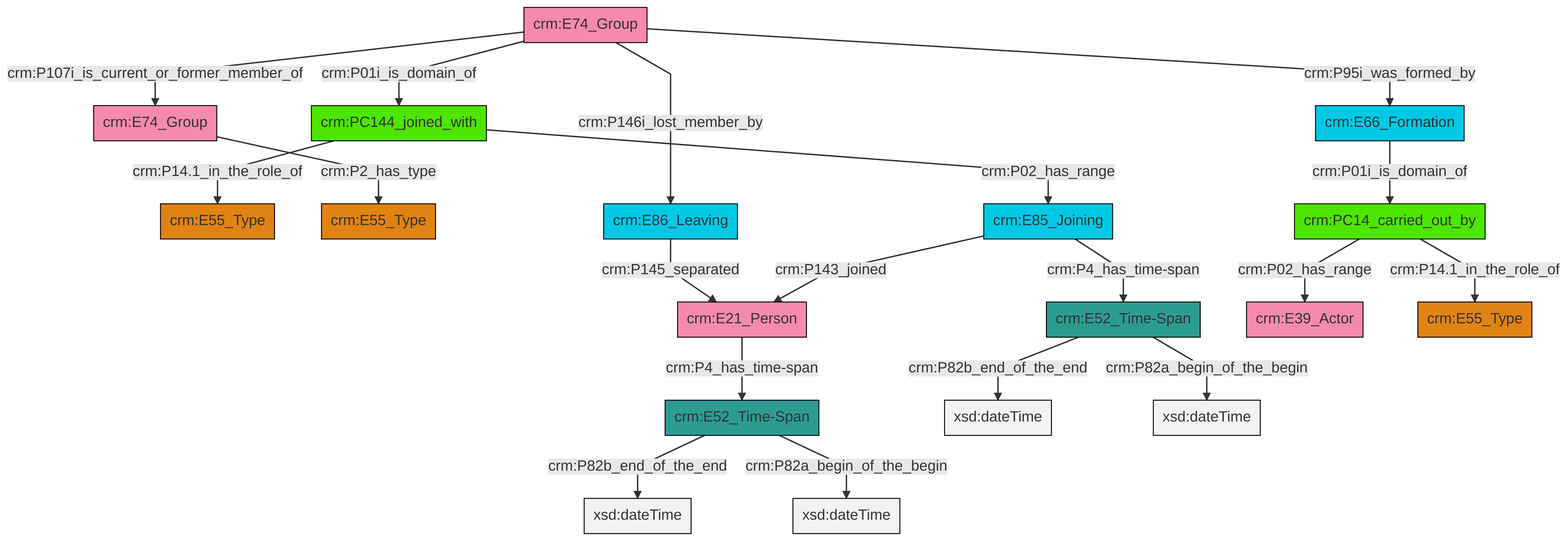
This is et/groupCSV/ttl/mmd/png/group_actor_relations.png from swiss-art-research-net/docs.swissartresearch, a Mermaid export, as it was before one commit. Its source is kept beside it as et/groupCSV/ttl/mmd/group_actor_relations.ttl.mmd. The source it was exported from:
```mermaid
graph TD
classDef Literal fill:#f2f2f2,stroke:#000000;
classDef CRM_Entity fill:#FFFFFF,stroke:#000000;
classDef Temporal_Entity fill:#00C9E6, stroke:#000000;
classDef Type fill:#E18312, stroke:#000000;
classDef Time-Span fill:#2C9C91, stroke:#000000;
classDef Appellation fill:#FFEB7F, stroke:#000000;
classDef Place fill:#008836, stroke:#000000;
classDef Persistent_Item fill:#B266B2, stroke:#000000;
classDef Conceptual_Object fill:#FFD700, stroke:#000000;
classDef Physical_Thing fill:#D2B48C, stroke:#000000;
classDef Actor fill:#f58aad, stroke:#000000;
classDef PC_Classes fill:#4ce600, stroke:#000000;
classDef Multi fill:#cccccc,stroke:#000000;

0["crm:E52_Time-Span"]:::Time-Span -->|crm:P82b_end_of_the_end| 1[xsd:dateTime]:::Literal
4["crm:E74_Group"]:::Actor -->|crm:P2_has_type| 5["crm:E55_Type"]:::Type
6["crm:PC144_joined_with"]:::PC_Classes -->|crm:P14.1_in_the_role_of| 2["crm:E55_Type"]:::Type
15["crm:E85_Joining"]:::Temporal_Entity -->|crm:P4_has_time-span| 13["crm:E52_Time-Span"]:::Time-Span
16["crm:E74_Group"]:::Actor -->|crm:P01i_is_domain_of| 6["crm:PC144_joined_with"]:::PC_Classes
16["crm:E74_Group"]:::Actor -->|crm:P107i_is_current_or_former_member_of| 4["crm:E74_Group"]:::Actor
19["crm:E86_Leaving"]:::Temporal_Entity -->|crm:P145_separated| 7["crm:E21_Person"]:::Actor
20["crm:PC14_carried_out_by"]:::PC_Classes -->|crm:P02_has_range| 21["crm:E39_Actor"]:::Actor
0["crm:E52_Time-Span"]:::Time-Span -->|crm:P82a_begin_of_the_begin| 22[xsd:dateTime]:::Literal
16["crm:E74_Group"]:::Actor -->|crm:P95i_was_formed_by| 9["crm:E66_Formation"]:::Temporal_Entity
20["crm:PC14_carried_out_by"]:::PC_Classes -->|crm:P14.1_in_the_role_of| 24["crm:E55_Type"]:::Type
6["crm:PC144_joined_with"]:::PC_Classes -->|crm:P02_has_range| 15["crm:E85_Joining"]:::Temporal_Entity
13["crm:E52_Time-Span"]:::Time-Span -->|crm:P82b_end_of_the_end| 25[xsd:dateTime]:::Literal
7["crm:E21_Person"]:::Actor -->|crm:P4_has_time-span| 0["crm:E52_Time-Span"]:::Time-Span
15["crm:E85_Joining"]:::Temporal_Entity -->|crm:P143_joined| 7["crm:E21_Person"]:::Actor
9["crm:E66_Formation"]:::Temporal_Entity -->|crm:P01i_is_domain_of| 20["crm:PC14_carried_out_by"]:::PC_Classes
16["crm:E74_Group"]:::Actor -->|crm:P146i_lost_member_by| 19["crm:E86_Leaving"]:::Temporal_Entity
13["crm:E52_Time-Span"]:::Time-Span -->|crm:P82a_begin_of_the_begin| 33[xsd:dateTime]:::Literal
```
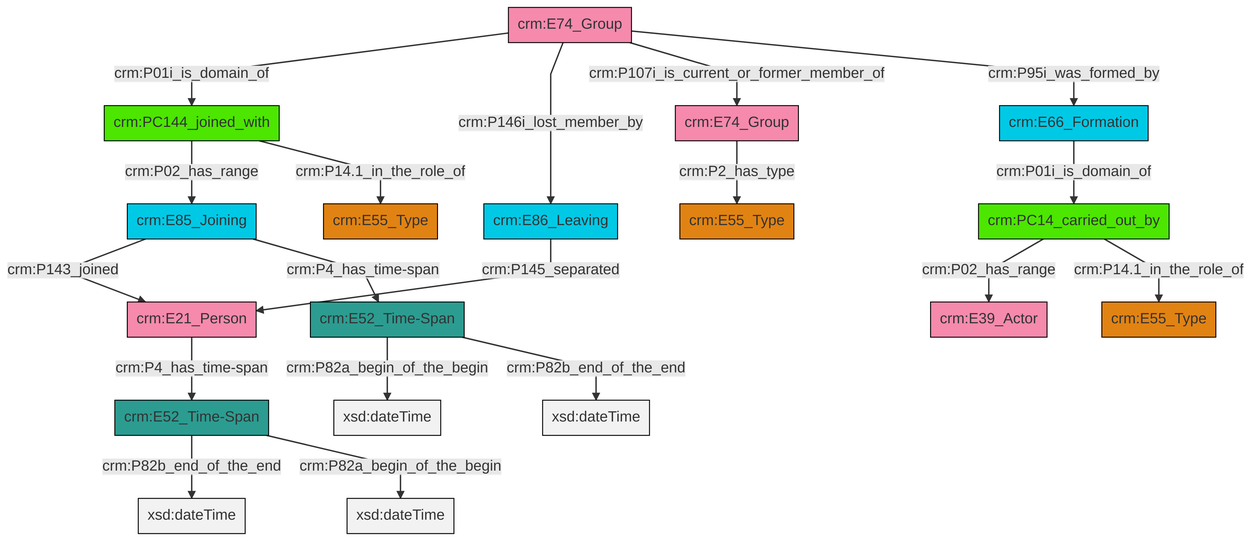
Above is the later version.

Change to the diagram source:
```diff
@@ -13,21 +13,21 @@
 classDef PC_Classes fill:#4ce600, stroke:#000000;
 classDef Multi fill:#cccccc,stroke:#000000;
 
-0["crm:E52_Time-Span"]:::Time-Span -->|crm:P82b_end_of_the_end| 1[xsd:dateTime]:::Literal
-4["crm:E74_Group"]:::Actor -->|crm:P2_has_type| 5["crm:E55_Type"]:::Type
-6["crm:PC144_joined_with"]:::PC_Classes -->|crm:P14.1_in_the_role_of| 2["crm:E55_Type"]:::Type
-15["crm:E85_Joining"]:::Temporal_Entity -->|crm:P4_has_time-span| 13["crm:E52_Time-Span"]:::Time-Span
-16["crm:E74_Group"]:::Actor -->|crm:P01i_is_domain_of| 6["crm:PC144_joined_with"]:::PC_Classes
-16["crm:E74_Group"]:::Actor -->|crm:P107i_is_current_or_former_member_of| 4["crm:E74_Group"]:::Actor
-19["crm:E86_Leaving"]:::Temporal_Entity -->|crm:P145_separated| 7["crm:E21_Person"]:::Actor
-20["crm:PC14_carried_out_by"]:::PC_Classes -->|crm:P02_has_range| 21["crm:E39_Actor"]:::Actor
-0["crm:E52_Time-Span"]:::Time-Span -->|crm:P82a_begin_of_the_begin| 22[xsd:dateTime]:::Literal
-16["crm:E74_Group"]:::Actor -->|crm:P95i_was_formed_by| 9["crm:E66_Formation"]:::Temporal_Entity
-20["crm:PC14_carried_out_by"]:::PC_Classes -->|crm:P14.1_in_the_role_of| 24["crm:E55_Type"]:::Type
-6["crm:PC144_joined_with"]:::PC_Classes -->|crm:P02_has_range| 15["crm:E85_Joining"]:::Temporal_Entity
-13["crm:E52_Time-Span"]:::Time-Span -->|crm:P82b_end_of_the_end| 25[xsd:dateTime]:::Literal
-7["crm:E21_Person"]:::Actor -->|crm:P4_has_time-span| 0["crm:E52_Time-Span"]:::Time-Span
-15["crm:E85_Joining"]:::Temporal_Entity -->|crm:P143_joined| 7["crm:E21_Person"]:::Actor
-9["crm:E66_Formation"]:::Temporal_Entity -->|crm:P01i_is_domain_of| 20["crm:PC14_carried_out_by"]:::PC_Classes
-16["crm:E74_Group"]:::Actor -->|crm:P146i_lost_member_by| 19["crm:E86_Leaving"]:::Temporal_Entity
-13["crm:E52_Time-Span"]:::Time-Span -->|crm:P82a_begin_of_the_begin| 33[xsd:dateTime]:::Literal
+4["crm:E85_Joining"]:::Temporal_Entity -->|crm:P143_joined| 5["crm:E21_Person"]:::Actor
+6["crm:PC14_carried_out_by"]:::PC_Classes -->|crm:P02_has_range| 7["crm:E39_Actor"]:::Actor
+16["crm:E66_Formation"]:::Temporal_Entity -->|crm:P01i_is_domain_of| 6["crm:PC14_carried_out_by"]:::PC_Classes
+6["crm:PC14_carried_out_by"]:::PC_Classes -->|crm:P14.1_in_the_role_of| 17["crm:E55_Type"]:::Type
+18["crm:E52_Time-Span"]:::Time-Span -->|crm:P82a_begin_of_the_begin| 20[xsd:dateTime]:::Literal
+10["crm:E52_Time-Span"]:::Time-Span -->|crm:P82b_end_of_the_end| 21[xsd:dateTime]:::Literal
+2["crm:E86_Leaving"]:::Temporal_Entity -->|crm:P145_separated| 5["crm:E21_Person"]:::Actor
+18["crm:E52_Time-Span"]:::Time-Span -->|crm:P82b_end_of_the_end| 23[xsd:dateTime]:::Literal
+12["crm:PC144_joined_with"]:::PC_Classes -->|crm:P02_has_range| 4["crm:E85_Joining"]:::Temporal_Entity
+8["crm:E74_Group"]:::Actor -->|crm:P01i_is_domain_of| 12["crm:PC144_joined_with"]:::PC_Classes
+5["crm:E21_Person"]:::Actor -->|crm:P4_has_time-span| 10["crm:E52_Time-Span"]:::Time-Span
+8["crm:E74_Group"]:::Actor -->|crm:P146i_lost_member_by| 2["crm:E86_Leaving"]:::Temporal_Entity
+4["crm:E85_Joining"]:::Temporal_Entity -->|crm:P4_has_time-span| 18["crm:E52_Time-Span"]:::Time-Span
+8["crm:E74_Group"]:::Actor -->|crm:P107i_is_current_or_former_member_of| 14["crm:E74_Group"]:::Actor
+10["crm:E52_Time-Span"]:::Time-Span -->|crm:P82a_begin_of_the_begin| 34[xsd:dateTime]:::Literal
+12["crm:PC144_joined_with"]:::PC_Classes -->|crm:P14.1_in_the_role_of| 30["crm:E55_Type"]:::Type
+8["crm:E74_Group"]:::Actor -->|crm:P95i_was_formed_by| 16["crm:E66_Formation"]:::Temporal_Entity
+14["crm:E74_Group"]:::Actor -->|crm:P2_has_type| 0["crm:E55_Type"]:::Type
```
